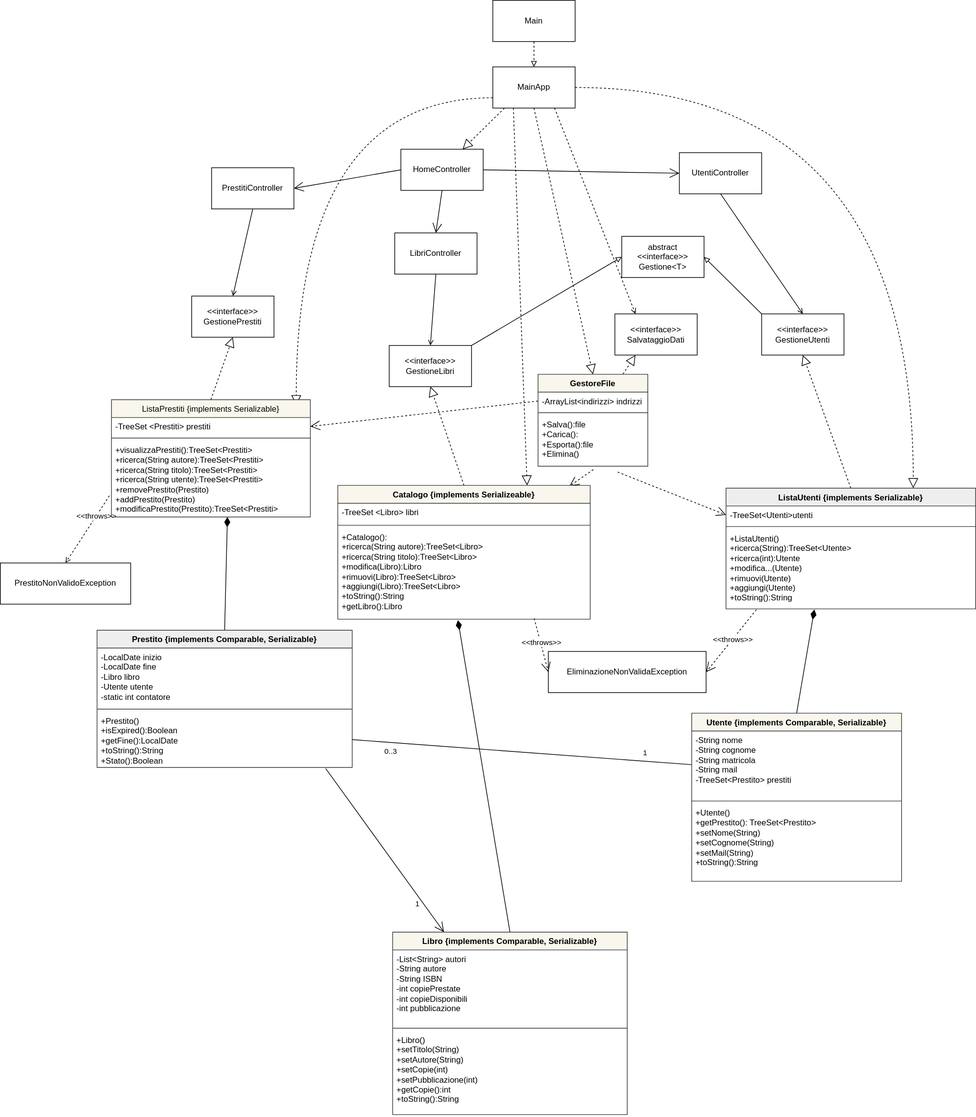
The draw.io diagram Design/ClassDiagram.svg in doppiaaa/Progetto-Biblioteca-Ingegneria-del-Software, before a commit. Source tidied: cells renumbered, new cells last; positions are measured from the earlier drawing's top-left corner, leaving out a move shared by most shapes.
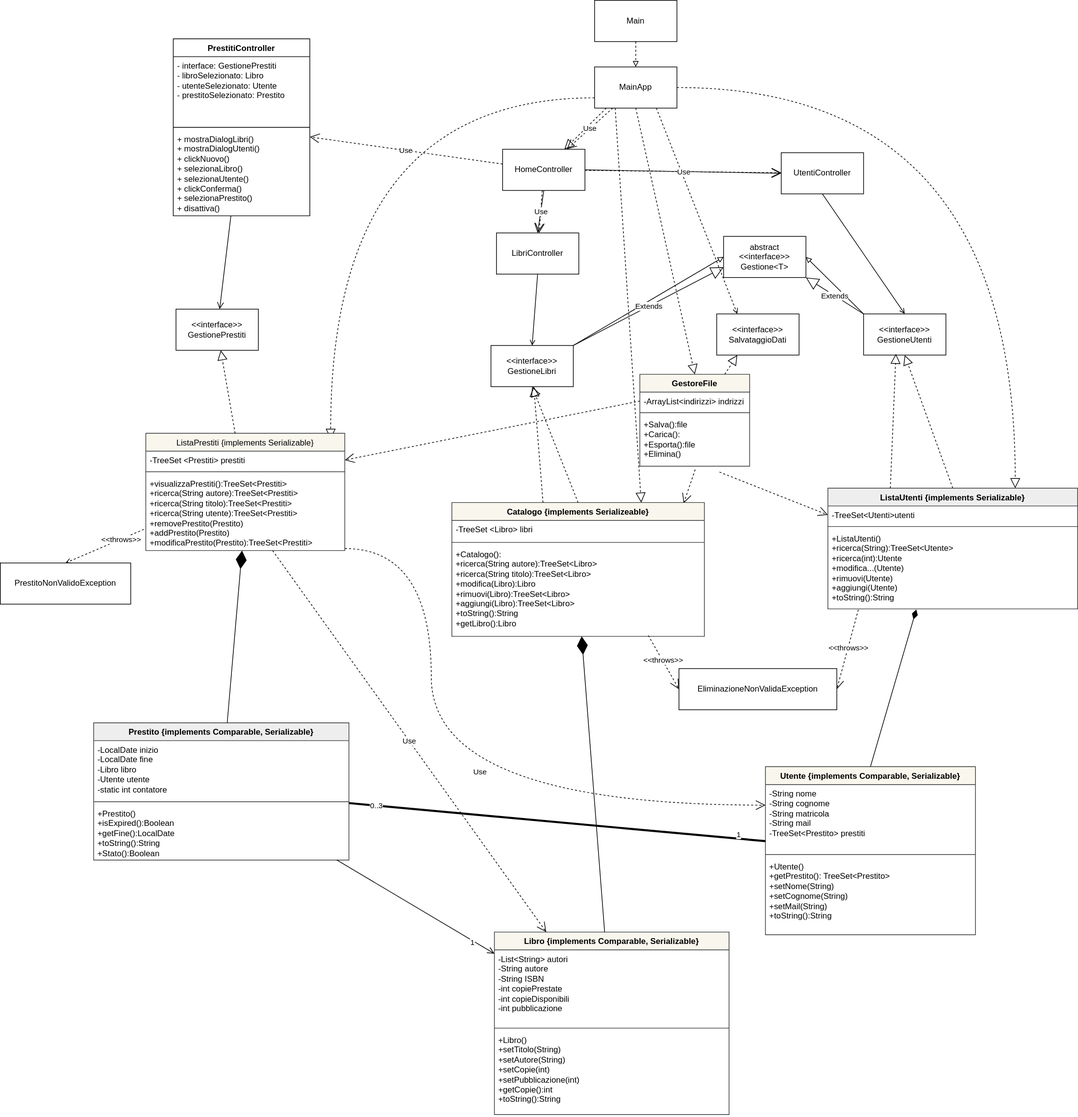
The same file after the commit.

The edit, as a diff of the source:
```diff
@@ -1,13 +1,7 @@
-<mxGraphModel background="light-dark(#FFFFFF,#FFFFFF)">
+<mxGraphModel>
   <root>
     <mxCell id="0" />
     <mxCell id="1" parent="0" />
-    <mxCell id="2" style="rounded=0;jettySize=auto;html=1;exitX=0.5;exitY=1;exitDx=0;exitDy=0;entryX=0.5;entryY=0;entryDx=0;entryDy=0;strokeColor=light-dark(#000000,#000000);endArrow=open;endFill=0;" parent="1" edge="1" source="3" target="6">
-      <mxGeometry relative="1" as="geometry" />
-    </mxCell>
-    <mxCell id="3" value="PrestitiController" style="rounded=0;whiteSpace=wrap;html=1;fontColor=light-dark(#000000,#FFFFFF);strokeColor=light-dark(#000000,#000000);" parent="1" vertex="1">
-      <mxGeometry x="308" y="244" width="120" height="60" as="geometry" />
-    </mxCell>
     <mxCell id="4" style="rounded=0;jettySize=auto;html=1;exitX=1;exitY=0;exitDx=0;exitDy=0;entryX=0;entryY=0.5;entryDx=0;entryDy=0;strokeColor=light-dark(#000000,#000000);endArrow=block;endFill=0;" parent="1" edge="1" source="5" target="74">
       <mxGeometry relative="1" as="geometry" />
     </mxCell>
@@ -15,7 +9,7 @@
       <mxGeometry x="567" y="503" width="120" height="60" as="geometry" />
     </mxCell>
     <mxCell id="6" value="&amp;lt;&amp;lt;interface&amp;gt;&amp;gt;&lt;div&gt;GestionePrestiti&lt;/div&gt;" style="rounded=0;whiteSpace=wrap;html=1;fontColor=light-dark(#000000,#FFFFFF);strokeColor=light-dark(#000000,#000000);" parent="1" vertex="1">
-      <mxGeometry x="279" y="431" width="120" height="60" as="geometry" />
+      <mxGeometry x="108" y="450" width="120" height="60" as="geometry" />
     </mxCell>
     <mxCell id="7" style="rounded=0;jettySize=auto;html=1;exitX=0;exitY=0;exitDx=0;exitDy=0;entryX=1;entryY=0.5;entryDx=0;entryDy=0;strokeColor=light-dark(#000000,#000000);endArrow=block;endFill=0;" parent="1" edge="1" source="8" target="74">
       <mxGeometry relative="1" as="geometry" />
@@ -23,45 +17,15 @@
     <mxCell id="8" value="&amp;lt;&amp;lt;interface&amp;gt;&amp;gt;&lt;div&gt;GestioneUtenti&lt;/div&gt;" style="rounded=0;whiteSpace=wrap;html=1;fontColor=light-dark(#000000,#FFFFFF);strokeColor=light-dark(#000000,#000000);" parent="1" vertex="1">
       <mxGeometry x="1110" y="457" width="120" height="60" as="geometry" />
     </mxCell>
-    <mxCell id="9" style="rounded=0;jettySize=auto;html=1;endArrow=open;endFill=0;strokeWidth=1;fontColor=light-dark(#000000,#000000);strokeColor=light-dark(#000000,#000000);endSize=12;exitX=0.896;exitY=1.019;exitDx=0;exitDy=0;exitPerimeter=0;" parent="1" edge="1" source="42" target="43">
-      <mxGeometry relative="1" as="geometry" />
-    </mxCell>
-    <mxCell id="10" value="1" style="edgeLabel;html=1;align=center;verticalAlign=middle;" parent="9" vertex="1">
-      <mxGeometry x="0.52" y="-1" relative="1" as="geometry">
-        <mxPoint x="3" y="15" as="offset" />
-      </mxGeometry>
-    </mxCell>
-    <mxCell id="11" style="rounded=0;jettySize=auto;html=1;exitX=0.5;exitY=0;exitDx=0;exitDy=0;entryX=0.476;entryY=1.01;entryDx=0;entryDy=0;endArrow=diamondThin;endFill=1;strokeWidth=1;endSize=12;entryPerimeter=0;fontColor=light-dark(#000000,#000000);strokeColor=light-dark(#000000,#000000);" parent="1" edge="1" source="43" target="54">
-      <mxGeometry relative="1" as="geometry" />
-    </mxCell>
-    <mxCell id="12" style="rounded=0;jettySize=auto;html=1;exitX=0;exitY=0.5;exitDx=0;exitDy=0;entryX=1;entryY=0.5;entryDx=0;entryDy=0;endArrow=none;endFill=0;fontColor=light-dark(#000000,#000000);strokeColor=light-dark(#000000,#000000);" parent="1" edge="1" source="48" target="42">
-      <mxGeometry relative="1" as="geometry" />
-    </mxCell>
-    <mxCell id="13" value="0..3" style="edgeLabel;html=1;align=center;verticalAlign=middle;" parent="12" vertex="1">
-      <mxGeometry x="0.77" relative="1" as="geometry">
-        <mxPoint x="-1" y="13" as="offset" />
-      </mxGeometry>
-    </mxCell>
-    <mxCell id="14" value="1" style="edgeLabel;html=1;align=center;verticalAlign=middle;" parent="12" vertex="1">
-      <mxGeometry x="-0.65" relative="1" as="geometry">
-        <mxPoint x="17" y="-11" as="offset" />
-      </mxGeometry>
-    </mxCell>
     <mxCell id="15" style="rounded=0;jettySize=auto;html=1;exitX=0.5;exitY=0;exitDx=0;exitDy=0;entryX=0.354;entryY=1.007;entryDx=0;entryDy=0;endArrow=diamondThin;endFill=1;endSize=12;entryPerimeter=0;fontColor=light-dark(#000000,#000000);strokeColor=light-dark(#000000,#000000);" parent="1" edge="1" source="47" target="58">
       <mxGeometry relative="1" as="geometry" />
     </mxCell>
-    <mxCell id="16" style="rounded=0;jettySize=auto;html=1;exitX=0.5;exitY=0;exitDx=0;exitDy=0;entryX=0.583;entryY=1;entryDx=0;entryDy=0;endArrow=diamondThin;endFill=1;endSize=12;fontColor=light-dark(#000000,#000000);strokeColor=light-dark(#000000,#000000);entryPerimeter=0;" parent="1" edge="1" source="39" target="67">
-      <mxGeometry relative="1" as="geometry" />
-    </mxCell>
     <mxCell id="17" style="rounded=0;jettySize=auto;html=1;exitX=0.5;exitY=0;exitDx=0;exitDy=0;entryX=0.5;entryY=1;entryDx=0;entryDy=0;endArrow=block;endFill=0;endSize=12;dashed=1;fontColor=light-dark(#000000,#000000);labelBackgroundColor=light-dark(#000000,#000000);labelBorderColor=light-dark(#000000,#000000);strokeColor=light-dark(#000000,#000000);" parent="1" edge="1" source="51" target="5">
       <mxGeometry relative="1" as="geometry" />
     </mxCell>
     <mxCell id="18" style="rounded=0;jettySize=auto;html=1;exitX=0.5;exitY=0;exitDx=0;exitDy=0;entryX=0.5;entryY=1;entryDx=0;entryDy=0;endArrow=block;endFill=0;endSize=12;dashed=1;fontColor=light-dark(#000000,#000000);strokeColor=light-dark(#000000,#000000);" parent="1" edge="1" source="55" target="8">
       <mxGeometry relative="1" as="geometry" />
     </mxCell>
-    <mxCell id="19" style="rounded=0;jettySize=auto;html=1;exitX=0.5;exitY=0;exitDx=0;exitDy=0;entryX=0.5;entryY=1;entryDx=0;entryDy=0;dashed=1;endArrow=block;endFill=0;endSize=12;fontColor=light-dark(#000000,#000000);strokeColor=light-dark(#000000,#000000);" parent="1" edge="1" source="64" target="6">
-      <mxGeometry relative="1" as="geometry" />
-    </mxCell>
     <mxCell id="20" style="rounded=0;jettySize=auto;html=1;exitX=0.5;exitY=1;exitDx=0;exitDy=0;entryX=0.5;entryY=0;entryDx=0;entryDy=0;strokeColor=light-dark(#000000,#000000);endArrow=block;endFill=0;dashed=1;endSize=12;" parent="1" edge="1" source="25" target="60">
       <mxGeometry relative="1" as="geometry" />
     </mxCell>
@@ -93,7 +57,7 @@
       <mxGeometry x="896" y="457" width="120" height="60" as="geometry" />
     </mxCell>
     <mxCell id="30" value="PrestitoNonValidoException" style="rounded=0;whiteSpace=wrap;html=1;" parent="1" vertex="1">
-      <mxGeometry y="820" width="190" height="60" as="geometry" />
+      <mxGeometry x="-148" y="820" width="190" height="60" as="geometry" />
     </mxCell>
     <mxCell id="31" style="rounded=0;jettySize=auto;html=1;entryX=1;entryY=0.5;entryDx=0;entryDy=0;strokeColor=light-dark(#000000,#000000);exitX=0.122;exitY=1.009;exitDx=0;exitDy=0;dashed=1;endArrow=open;endFill=0;endSize=12;exitPerimeter=0;" parent="1" edge="1" source="58" target="33">
       <mxGeometry relative="1" as="geometry" />
@@ -102,7 +66,7 @@
       <mxGeometry x="-0.05" relative="1" as="geometry" />
     </mxCell>
     <mxCell id="33" value="EliminazioneNonValidaException" style="rounded=0;whiteSpace=wrap;html=1;" parent="1" vertex="1">
-      <mxGeometry x="799" y="949" width="230" height="60" as="geometry" />
+      <mxGeometry x="841" y="974" width="230" height="60" as="geometry" />
     </mxCell>
     <mxCell id="34" style="rounded=0;jettySize=auto;html=1;exitX=-0.01;exitY=0.721;exitDx=0;exitDy=0;strokeColor=light-dark(#000000,#000000);exitPerimeter=0;entryX=0.5;entryY=0;entryDx=0;entryDy=0;dashed=1;endArrow=open;endFill=0;" parent="1" edge="1" source="67" target="30">
       <mxGeometry relative="1" as="geometry" />
@@ -120,7 +84,7 @@
       <mxGeometry relative="1" as="geometry" />
     </mxCell>
     <mxCell id="39" value="Prestito {implements Comparable, Serializable}" style="swimlane;fontStyle=1;align=center;verticalAlign=top;horizontal=1;startSize=26;whiteSpace=wrap;html=1;fillColor=#eeeeee;strokeColor=#36393d;" parent="1" vertex="1">
-      <mxGeometry x="141" y="918" width="372" height="200" as="geometry" />
+      <mxGeometry x="-12" y="1053" width="372" height="200" as="geometry" />
     </mxCell>
     <mxCell id="40" value="&lt;span&gt;&lt;font style=&quot;color: light-dark(rgb(0, 0, 0), rgb(0, 0, 0));&quot;&gt;-LocalDate inizio&lt;/font&gt;&lt;/span&gt;&lt;div style=&quot;color: rgb(0, 0, 0);&quot;&gt;&lt;font style=&quot;color: light-dark(rgb(0, 0, 0), rgb(0, 0, 0));&quot;&gt;-LocalDate fine&lt;/font&gt;&lt;/div&gt;&lt;div style=&quot;color: rgb(0, 0, 0);&quot;&gt;&lt;font style=&quot;color: light-dark(rgb(0, 0, 0), rgb(0, 0, 0));&quot;&gt;-Libro libro&lt;/font&gt;&lt;/div&gt;&lt;div style=&quot;color: rgb(0, 0, 0);&quot;&gt;&lt;font style=&quot;color: light-dark(rgb(0, 0, 0), rgb(0, 0, 0));&quot;&gt;-Utente utente&lt;/font&gt;&lt;/div&gt;&lt;div style=&quot;color: rgb(0, 0, 0);&quot;&gt;&lt;font style=&quot;color: light-dark(rgb(0, 0, 0), rgb(0, 0, 0));&quot;&gt;-static int contatore&lt;/font&gt;&lt;/div&gt;" style="text;strokeColor=none;fillColor=none;align=left;verticalAlign=top;spacingLeft=4;spacingRight=4;overflow=hidden;whiteSpace=wrap;html=1;" parent="39" vertex="1">
       <mxGeometry y="26" width="372" height="85" as="geometry" />
@@ -144,7 +108,7 @@
       <mxGeometry y="144" width="342" height="122" as="geometry" />
     </mxCell>
     <mxCell id="47" value="Utente {implements Comparable, Serializable}" style="swimlane;fontStyle=1;align=center;verticalAlign=top;horizontal=1;startSize=26;whiteSpace=wrap;html=1;fillColor=#f9f7ed;strokeColor=#36393d;" parent="1" vertex="1">
-      <mxGeometry x="1008" y="1039" width="306" height="245" as="geometry" />
+      <mxGeometry x="967" y="1117" width="306" height="245" as="geometry" />
     </mxCell>
     <mxCell id="48" value="&lt;font style=&quot;color: light-dark(rgb(0, 0, 0), rgb(0, 0, 0));&quot;&gt;-String nome&lt;/font&gt;&lt;div&gt;&lt;font style=&quot;color: light-dark(rgb(0, 0, 0), rgb(0, 0, 0));&quot;&gt;-String cognome&lt;/font&gt;&lt;/div&gt;&lt;div&gt;&lt;font style=&quot;color: light-dark(rgb(0, 0, 0), rgb(0, 0, 0));&quot;&gt;-String matricola&lt;/font&gt;&lt;/div&gt;&lt;div&gt;&lt;font style=&quot;color: light-dark(rgb(0, 0, 0), rgb(0, 0, 0));&quot;&gt;-String mail&lt;/font&gt;&lt;/div&gt;&lt;div&gt;&lt;font style=&quot;color: light-dark(rgb(0, 0, 0), rgb(0, 0, 0));&quot;&gt;-TreeSet&amp;lt;Prestito&amp;gt; prestiti&lt;/font&gt;&lt;/div&gt;&lt;div&gt;&lt;br style=&quot;color: rgb(0, 0, 0);&quot;&gt;&lt;/div&gt;" style="text;strokeColor=none;fillColor=none;align=left;verticalAlign=top;spacingLeft=4;spacingRight=4;overflow=hidden;points=[[0,0.5],[1,0.5]];portConstraint=eastwest;whiteSpace=wrap;html=1;" parent="47" vertex="1">
       <mxGeometry y="26" width="306" height="98" as="geometry" />
@@ -156,7 +120,7 @@
       <mxGeometry y="132" width="306" height="113" as="geometry" />
     </mxCell>
     <mxCell id="51" value="Catalogo {implements Serializeable}" style="swimlane;fontStyle=1;align=center;verticalAlign=top;horizontal=1;startSize=26;whiteSpace=wrap;html=1;fillColor=#f9f7ed;strokeColor=#36393d;" parent="1" vertex="1">
-      <mxGeometry x="492" y="707" width="368" height="195" as="geometry" />
+      <mxGeometry x="510" y="732" width="368" height="195" as="geometry" />
     </mxCell>
     <mxCell id="52" value="&lt;span&gt;&lt;font style=&quot;color: light-dark(rgb(0, 0, 0), rgb(0, 0, 0));&quot;&gt;-TreeSet &amp;lt;Libro&amp;gt; libri&lt;/font&gt;&lt;/span&gt;" style="text;strokeColor=none;fillColor=none;align=left;verticalAlign=top;spacingLeft=4;spacingRight=4;overflow=hidden;whiteSpace=wrap;html=1;" parent="51" vertex="1">
       <mxGeometry y="26" width="368" height="28" as="geometry" />
@@ -197,7 +161,7 @@
       <mxGeometry y="60" width="160" height="74" as="geometry" />
     </mxCell>
     <mxCell id="64" value="&lt;span style=&quot;font-weight: 400;&quot;&gt;ListaPrestiti {implements Serializable}&lt;/span&gt;" style="swimlane;fontStyle=1;align=center;verticalAlign=top;horizontal=1;startSize=26;whiteSpace=wrap;html=1;fillColor=#f9f7ed;strokeColor=#36393d;" parent="1" vertex="1">
-      <mxGeometry x="162" y="582" width="290" height="171" as="geometry" />
+      <mxGeometry x="64" y="631" width="290" height="171" as="geometry" />
     </mxCell>
     <mxCell id="65" value="-TreeSet &amp;lt;Prestiti&amp;gt; prestiti" style="text;strokeColor=none;fillColor=none;align=left;verticalAlign=top;spacingLeft=4;spacingRight=4;overflow=hidden;points=[[0,0.5],[1,0.5]];portConstraint=eastwest;whiteSpace=wrap;html=1;" parent="64" vertex="1">
       <mxGeometry y="26" width="290" height="26" as="geometry" />
@@ -238,11 +202,82 @@
     <mxCell id="77" style="rounded=0;jettySize=auto;html=1;exitX=0.5;exitY=1;exitDx=0;exitDy=0;entryX=0.5;entryY=0;entryDx=0;entryDy=0;strokeColor=light-dark(#000000,#000000);endArrow=open;endFill=0;endSize=12;" parent="1" edge="1" source="75" target="70">
       <mxGeometry relative="1" as="geometry" />
     </mxCell>
+    <mxCell id="79" style="rounded=0;jettySize=auto;html=1;exitX=1;exitY=0.5;exitDx=0;exitDy=0;entryX=0;entryY=0.5;entryDx=0;entryDy=0;strokeColor=light-dark(#000000,#000000);endArrow=open;endFill=0;endSize=12;" parent="1" edge="1" source="75" target="71">
+      <mxGeometry relative="1" as="geometry" />
+    </mxCell>
+    <mxCell id="3" value="PrestitiController" style="swimlane;fontStyle=1;align=center;verticalAlign=top;horizontal=1;startSize=26;whiteSpace=wrap;html=1;" parent="1" vertex="1">
+      <mxGeometry x="104" y="56" width="199" height="258" as="geometry" />
+    </mxCell>
+    <mxCell id="80" value="- interface: GestionePrestiti&lt;div&gt;- libroSelezionato: Libro&lt;/div&gt;&lt;div&gt;- utenteSelezionato: Utente&lt;/div&gt;&lt;div&gt;- prestitoSelezionato: Prestito&lt;/div&gt;" style="text;strokeColor=none;fillColor=none;align=left;verticalAlign=top;spacingLeft=4;spacingRight=4;overflow=hidden;whiteSpace=wrap;html=1;" parent="3" vertex="1">
+      <mxGeometry y="26" width="199" height="99" as="geometry" />
+    </mxCell>
+    <mxCell id="81" style="line;strokeWidth=1;fillColor=none;align=left;verticalAlign=middle;spacingTop=-1;spacingLeft=3;spacingRight=3;labelPosition=right;strokeColor=inherit;" parent="3" vertex="1">
+      <mxGeometry y="125" width="199" height="8" as="geometry" />
+    </mxCell>
+    <mxCell id="82" value="+ mostraDialogLibri()&lt;div&gt;+ mostraDialogUtenti()&lt;/div&gt;&lt;div&gt;+ clickNuovo()&lt;/div&gt;&lt;div&gt;+ selezionaLibro()&lt;/div&gt;&lt;div&gt;+ selezionaUtente()&lt;/div&gt;&lt;div&gt;+ clickConferma()&lt;/div&gt;&lt;div&gt;+ selezionaPrestito()&lt;/div&gt;&lt;div&gt;+ disattiva()&lt;/div&gt;" style="text;strokeColor=none;fillColor=none;align=left;verticalAlign=top;spacingLeft=4;spacingRight=4;overflow=hidden;whiteSpace=wrap;html=1;" parent="3" vertex="1">
+      <mxGeometry y="133" width="199" height="125" as="geometry" />
+    </mxCell>
+    <mxCell id="83" value="Use" style="endArrow=open;endSize=12;dashed=1;html=1;rounded=0;" parent="1" edge="1" source="67" target="43">
+      <mxGeometry relative="1" as="geometry" />
+    </mxCell>
+    <mxCell id="84" value="Use" style="endArrow=open;endSize=12;dashed=1;html=1;rounded=0;edgeStyle=orthogonalEdgeStyle;curved=1;" parent="1" edge="1" source="67" target="47">
+      <mxGeometry x="-0.08" y="71" relative="1" as="geometry">
+        <Array as="points">
+          <mxPoint x="480" y="799" />
+          <mxPoint x="480" y="1173" />
+        </Array>
+      </mxGeometry>
+    </mxCell>
+    <mxCell id="85" value="Extends" style="endArrow=block;endSize=16;endFill=0;html=1;rounded=0;exitX=1;exitY=0;exitDx=0;exitDy=0;entryX=0;entryY=0.75;entryDx=0;entryDy=0;" parent="1" edge="1" source="5" target="74">
+      <mxGeometry relative="1" as="geometry" />
+    </mxCell>
+    <mxCell id="86" value="Extends" style="endArrow=block;endSize=16;endFill=0;html=1;rounded=0;exitX=0;exitY=0;exitDx=0;exitDy=0;entryX=1;entryY=1;entryDx=0;entryDy=0;" parent="1" edge="1" source="8" target="74">
+      <mxGeometry relative="1" as="geometry" />
+    </mxCell>
+    <mxCell id="87" style="endArrow=block;dashed=1;endFill=0;endSize=12;html=1;rounded=0;exitX=0.361;exitY=0;exitDx=0;exitDy=0;exitPerimeter=0;" parent="1" edge="1" source="51" target="5">
+      <mxGeometry relative="1" as="geometry" />
+    </mxCell>
+    <mxCell id="88" style="endArrow=block;dashed=1;endFill=0;endSize=12;html=1;rounded=0;exitX=0.25;exitY=0;exitDx=0;exitDy=0;entryX=0.393;entryY=0.969;entryDx=0;entryDy=0;entryPerimeter=0;" parent="1" edge="1" source="55" target="8">
+      <mxGeometry relative="1" as="geometry" />
+    </mxCell>
+    <mxCell id="19" style="endArrow=block;dashed=1;endFill=0;endSize=12;html=1;rounded=0;" parent="1" edge="1" source="64" target="6">
+      <mxGeometry relative="1" as="geometry" />
+    </mxCell>
+    <mxCell id="16" style="endArrow=diamondThin;endFill=1;endSize=24;html=1;rounded=0;" parent="1" edge="1" source="39" target="67">
+      <mxGeometry relative="1" as="geometry" />
+    </mxCell>
+    <mxCell id="11" style="endArrow=diamondThin;endFill=1;endSize=24;html=1;rounded=0;" parent="1" edge="1" source="43" target="54">
+      <mxGeometry relative="1" as="geometry" />
+    </mxCell>
+    <mxCell id="89" style="endArrow=none;startArrow=none;endFill=0;startFill=0;endSize=8;html=1;verticalAlign=bottom;labelBackgroundColor=none;strokeWidth=3;rounded=0;" parent="1" edge="1" source="39" target="47">
+      <mxGeometry relative="1" as="geometry" />
+    </mxCell>
+    <mxCell id="90" value="1" style="edgeLabel;html=1;align=center;verticalAlign=middle;" parent="89" vertex="1">
+      <mxGeometry x="0.87" y="6" relative="1" as="geometry" />
+    </mxCell>
+    <mxCell id="13" value="0..3" style="edgeLabel;html=1;align=center;verticalAlign=middle;" parent="89" vertex="1">
+      <mxGeometry x="-0.87" relative="1" as="geometry" />
+    </mxCell>
+    <mxCell id="91" style="endArrow=open;startArrow=none;endFill=0;startFill=0;endSize=8;html=1;verticalAlign=bottom;labelBackgroundColor=none;strokeWidth=1;rounded=0;" parent="1" edge="1" source="39" target="43">
+      <mxGeometry relative="1" as="geometry" />
+    </mxCell>
+    <mxCell id="92" value="1" style="edgeLabel;html=1;align=center;verticalAlign=middle;" parent="91" vertex="1">
+      <mxGeometry x="0.73" y="-2" relative="1" as="geometry" />
+    </mxCell>
+    <mxCell id="2" style="endArrow=open;startArrow=none;endFill=0;startFill=0;endSize=8;html=1;verticalAlign=bottom;labelBackgroundColor=none;strokeWidth=1;rounded=0;" parent="1" edge="1" source="3" target="6">
+      <mxGeometry relative="1" as="geometry" />
+    </mxCell>
-    <mxCell id="78" style="rounded=0;jettySize=auto;html=1;exitX=0;exitY=0.5;exitDx=0;exitDy=0;entryX=1;entryY=0.5;entryDx=0;entryDy=0;strokeColor=light-dark(#000000,#000000);endArrow=open;endFill=0;endSize=12;" parent="1" edge="1" source="75" target="3">
+    <mxCell id="78" value="Use" style="endArrow=open;endSize=12;dashed=1;html=1;rounded=0;" parent="1" edge="1" source="75" target="3">
       <mxGeometry relative="1" as="geometry" />
     </mxCell>
-    <mxCell id="79" style="rounded=0;jettySize=auto;html=1;exitX=1;exitY=0.5;exitDx=0;exitDy=0;entryX=0;entryY=0.5;entryDx=0;entryDy=0;strokeColor=light-dark(#000000,#000000);endArrow=open;endFill=0;endSize=12;" parent="1" edge="1" source="75" target="71">
-      <mxGeometry relative="1" as="geometry" />
-    </mxCell>
+    <mxCell id="93" value="Use" style="endArrow=open;endSize=12;dashed=1;html=1;rounded=0;" parent="1" edge="1" source="75" target="70">
+      <mxGeometry relative="1" as="geometry" />
+    </mxCell>
+    <mxCell id="94" value="Use" style="endArrow=open;endSize=12;dashed=1;html=1;rounded=0;" parent="1" edge="1" source="75" target="71">
+      <mxGeometry relative="1" as="geometry" />
+    </mxCell>
+    <mxCell id="95" value="Use" style="endArrow=open;endSize=12;dashed=1;html=1;rounded=0;" parent="1" edge="1" source="25" target="75">
+      <mxGeometry relative="1" as="geometry" />
+    </mxCell>
   </root>
 </mxGraphModel>
```
